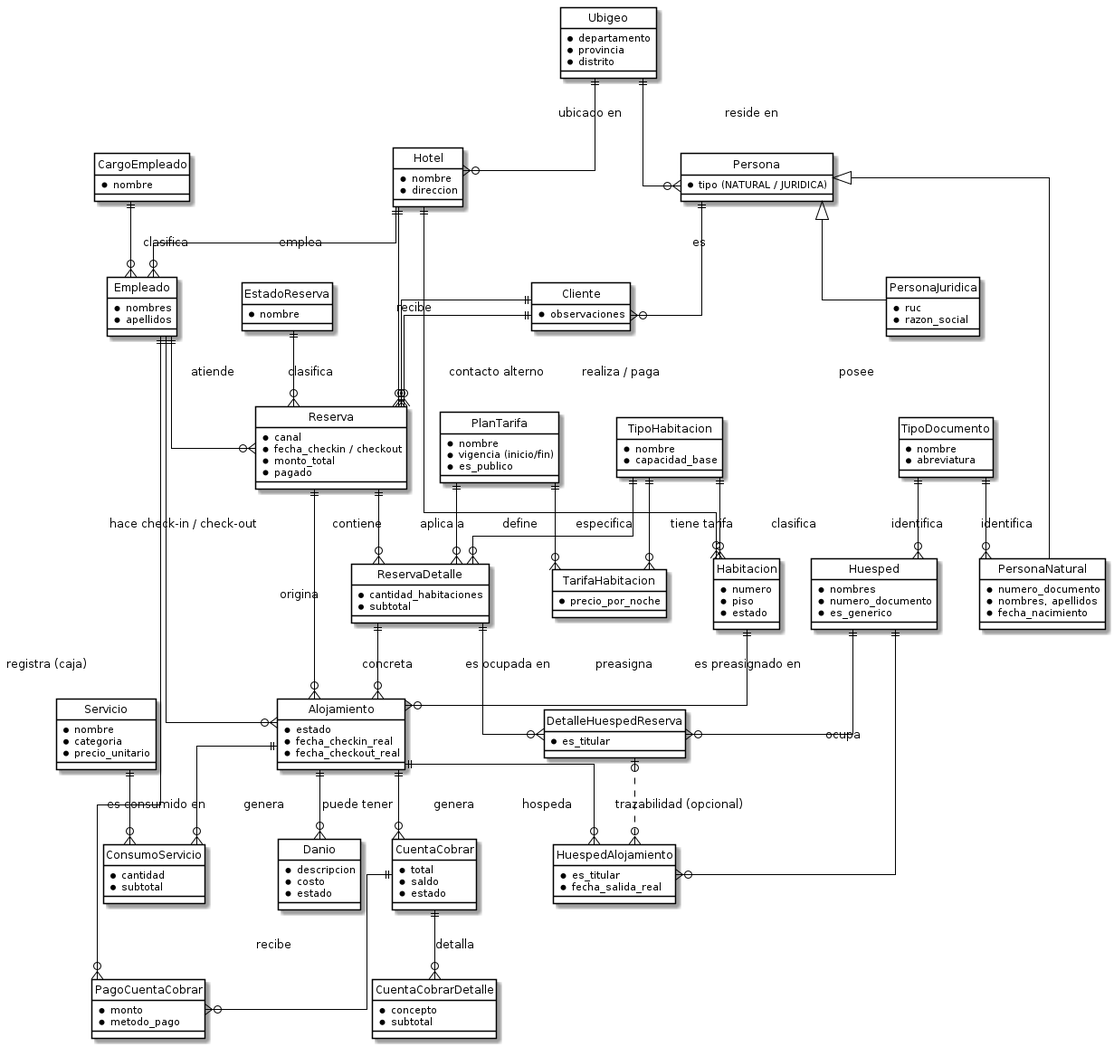
Earlier version of the PlantUML export Diagramas/Diagrama de Base de Datos/01_Modelo_Conceptual.png (Piero134/base-de-datos-1). Its source is kept beside it as Diagramas/Diagrama de Base de Datos/01_Modelo_Conceptual.puml. Source of this version:
```plantuml
@startuml 01_Modelo_Conceptual


hide circle
skinparam linetype ortho
skinparam class {
    BackgroundColor White
    BorderColor Black
    ArrowColor Black
}

entity Ubigeo {
  * departamento
  * provincia
  * distrito
}

entity Hotel {
  * nombre
  * direccion
}

entity CargoEmpleado {
  * nombre
}

entity Empleado {
  * nombres
  * apellidos
}

entity TipoDocumento {
  * nombre
  * abreviatura
}

entity Persona {
  * tipo (NATURAL / JURIDICA)
}

entity PersonaNatural {
  * numero_documento
  * nombres, apellidos
  * fecha_nacimiento
}

entity PersonaJuridica {
  * ruc
  * razon_social
}

entity Cliente {
  * observaciones
}

entity Huesped {
  * nombres
  * numero_documento
  * es_generico
}

entity TipoHabitacion {
  * nombre
  * capacidad_base
}

entity Habitacion {
  * numero
  * piso
  * estado
}

entity PlanTarifa {
  * nombre
  * vigencia (inicio/fin)
  * es_publico
}

entity TarifaHabitacion {
  * precio_por_noche
}

entity EstadoReserva {
  * nombre
}

entity Reserva {
  * canal
  * fecha_checkin / checkout
  * monto_total
  * pagado
}

entity ReservaDetalle {
  * cantidad_habitaciones
  * subtotal
}

entity DetalleHuespedReserva {
  * es_titular
}

entity Alojamiento {
  * estado
  * fecha_checkin_real
  * fecha_checkout_real
}

entity HuespedAlojamiento {
  * es_titular
  * fecha_salida_real
}

entity Servicio {
  * nombre
  * categoria
  * precio_unitario
}

entity ConsumoServicio {
  * cantidad
  * subtotal
}

entity Danio {
  * descripcion
  * costo
  * estado
}

entity CuentaCobrar {
  * total
  * saldo
  * estado
}

entity CuentaCobrarDetalle {
  * concepto
  * subtotal
}

entity PagoCuentaCobrar {
  * monto
  * metodo_pago
}


Ubigeo ||--o{ Hotel               : ubicado en
Ubigeo ||--o{ Persona             : reside en

Hotel  ||--o{ Empleado            : emplea
CargoEmpleado ||--o{ Empleado     : clasifica

Hotel  ||--o{ Habitacion          : posee
TipoHabitacion ||--o{ Habitacion  : clasifica
TipoHabitacion ||--o{ TarifaHabitacion : tiene tarifa
PlanTarifa ||--o{ TarifaHabitacion     : define

Persona <|-- PersonaNatural
Persona <|-- PersonaJuridica
TipoDocumento ||--o{ PersonaNatural : identifica
TipoDocumento ||--o{ Huesped        : identifica

Persona ||--o{ Cliente            : es

Hotel  ||--o{ Reserva             : recibe
Cliente ||--o{ Reserva            : realiza / paga
Cliente ||--o{ Reserva            : contacto alterno
Empleado ||--o{ Reserva           : atiende
EstadoReserva ||--o{ Reserva      : clasifica

Reserva ||--o{ ReservaDetalle     : contiene
TipoHabitacion ||--o{ ReservaDetalle : especifica
PlanTarifa ||--o{ ReservaDetalle  : aplica a

ReservaDetalle ||--o{ DetalleHuespedReserva : preasigna
Huesped ||--o{ DetalleHuespedReserva        : es preasignado en

Reserva ||--o{ Alojamiento        : origina
ReservaDetalle ||--o{ Alojamiento : concreta
Habitacion ||--o{ Alojamiento     : es ocupada en
Empleado ||--o{ Alojamiento       : hace check-in / check-out

Alojamiento ||--o{ HuespedAlojamiento : hospeda
Huesped ||--o{ HuespedAlojamiento     : ocupa
DetalleHuespedReserva |o..o{ HuespedAlojamiento : trazabilidad (opcional)

Alojamiento ||--o{ ConsumoServicio : genera
Servicio ||--o{ ConsumoServicio    : es consumido en

Alojamiento ||--o{ Danio          : puede tener

Alojamiento ||--o{ CuentaCobrar   : genera
CuentaCobrar ||--o{ CuentaCobrarDetalle : detalla
CuentaCobrar ||--o{ PagoCuentaCobrar    : recibe
Empleado ||--o{ PagoCuentaCobrar        : registra (caja)

@enduml
```
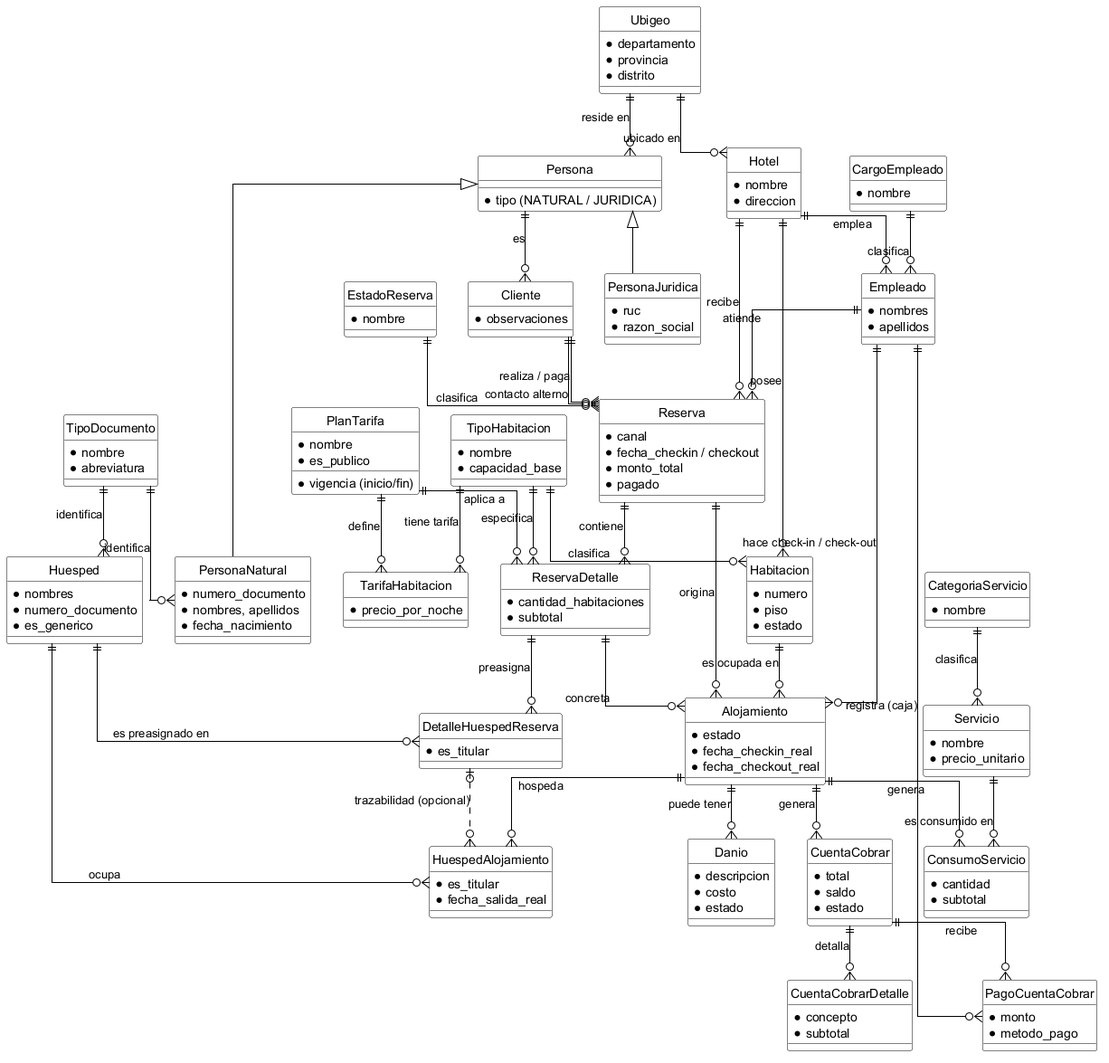
Later version of the same file.

The edit, as a diff of the source:
```diff
@@ -111,9 +111,12 @@
   * fecha_salida_real
 }
 
+entity CategoriaServicio {
+  * nombre
+}
+
 entity Servicio {
   * nombre
-  * categoria
   * precio_unitario
 }
 
@@ -187,6 +190,7 @@
 
 Alojamiento ||--o{ ConsumoServicio : genera
 Servicio ||--o{ ConsumoServicio    : es consumido en
+CategoriaServicio ||--o{ Servicio  : clasifica
 
 Alojamiento ||--o{ Danio          : puede tener
 
```
